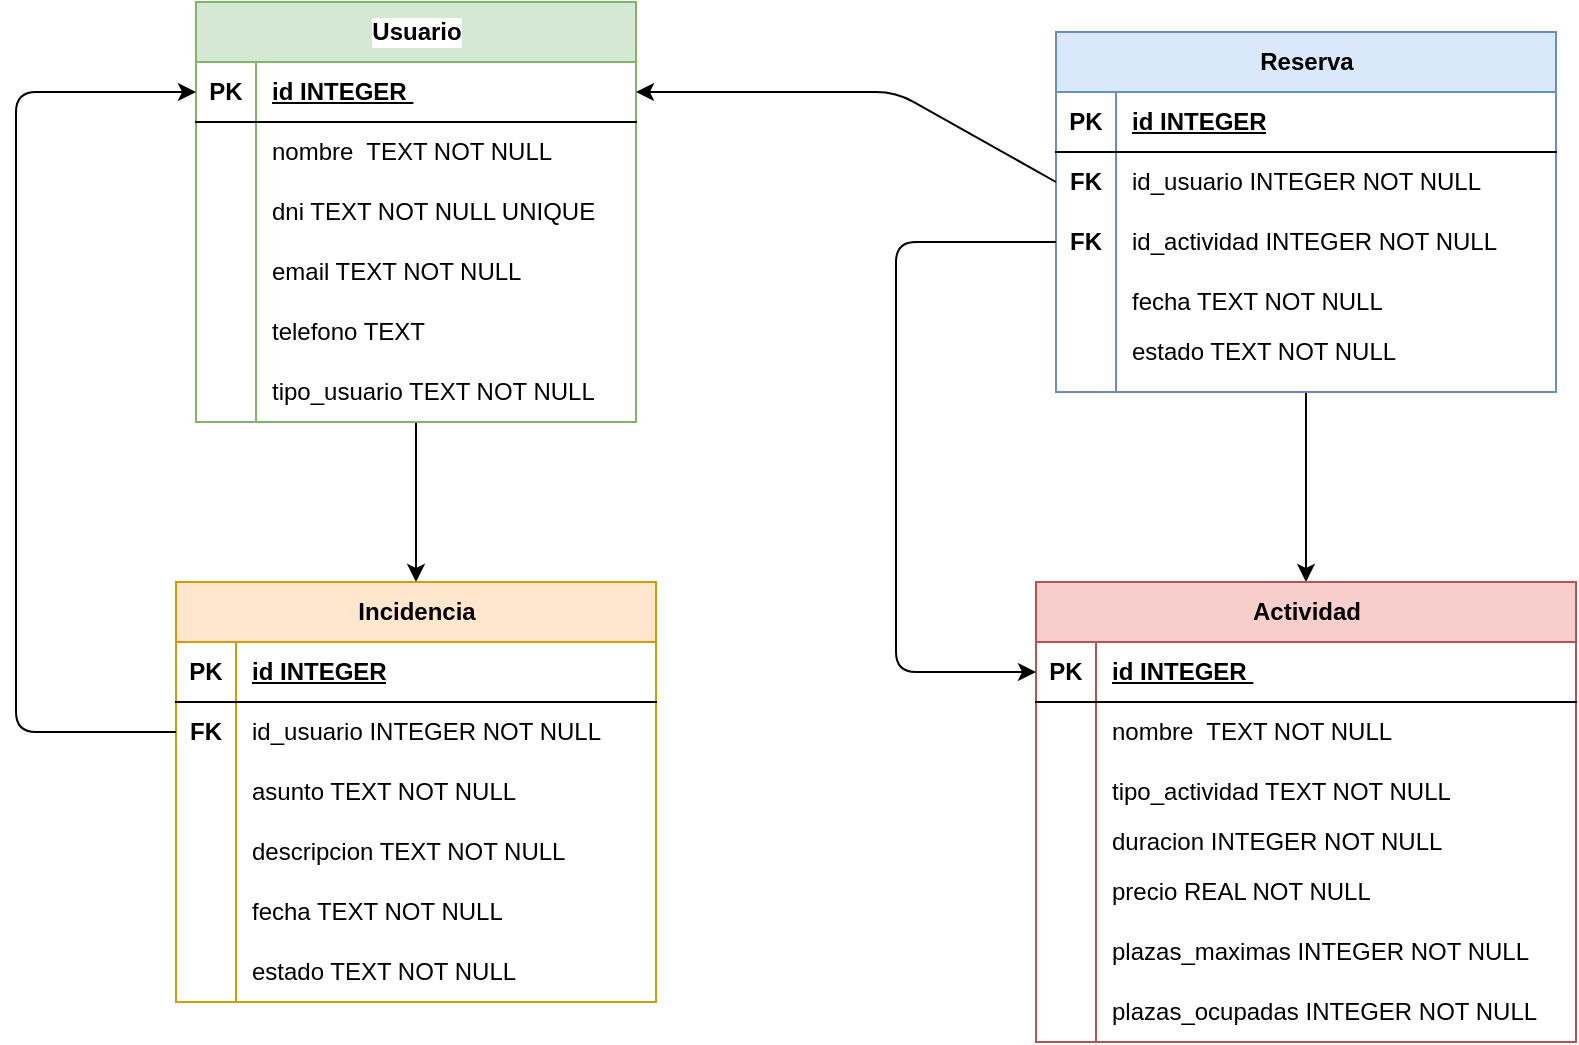
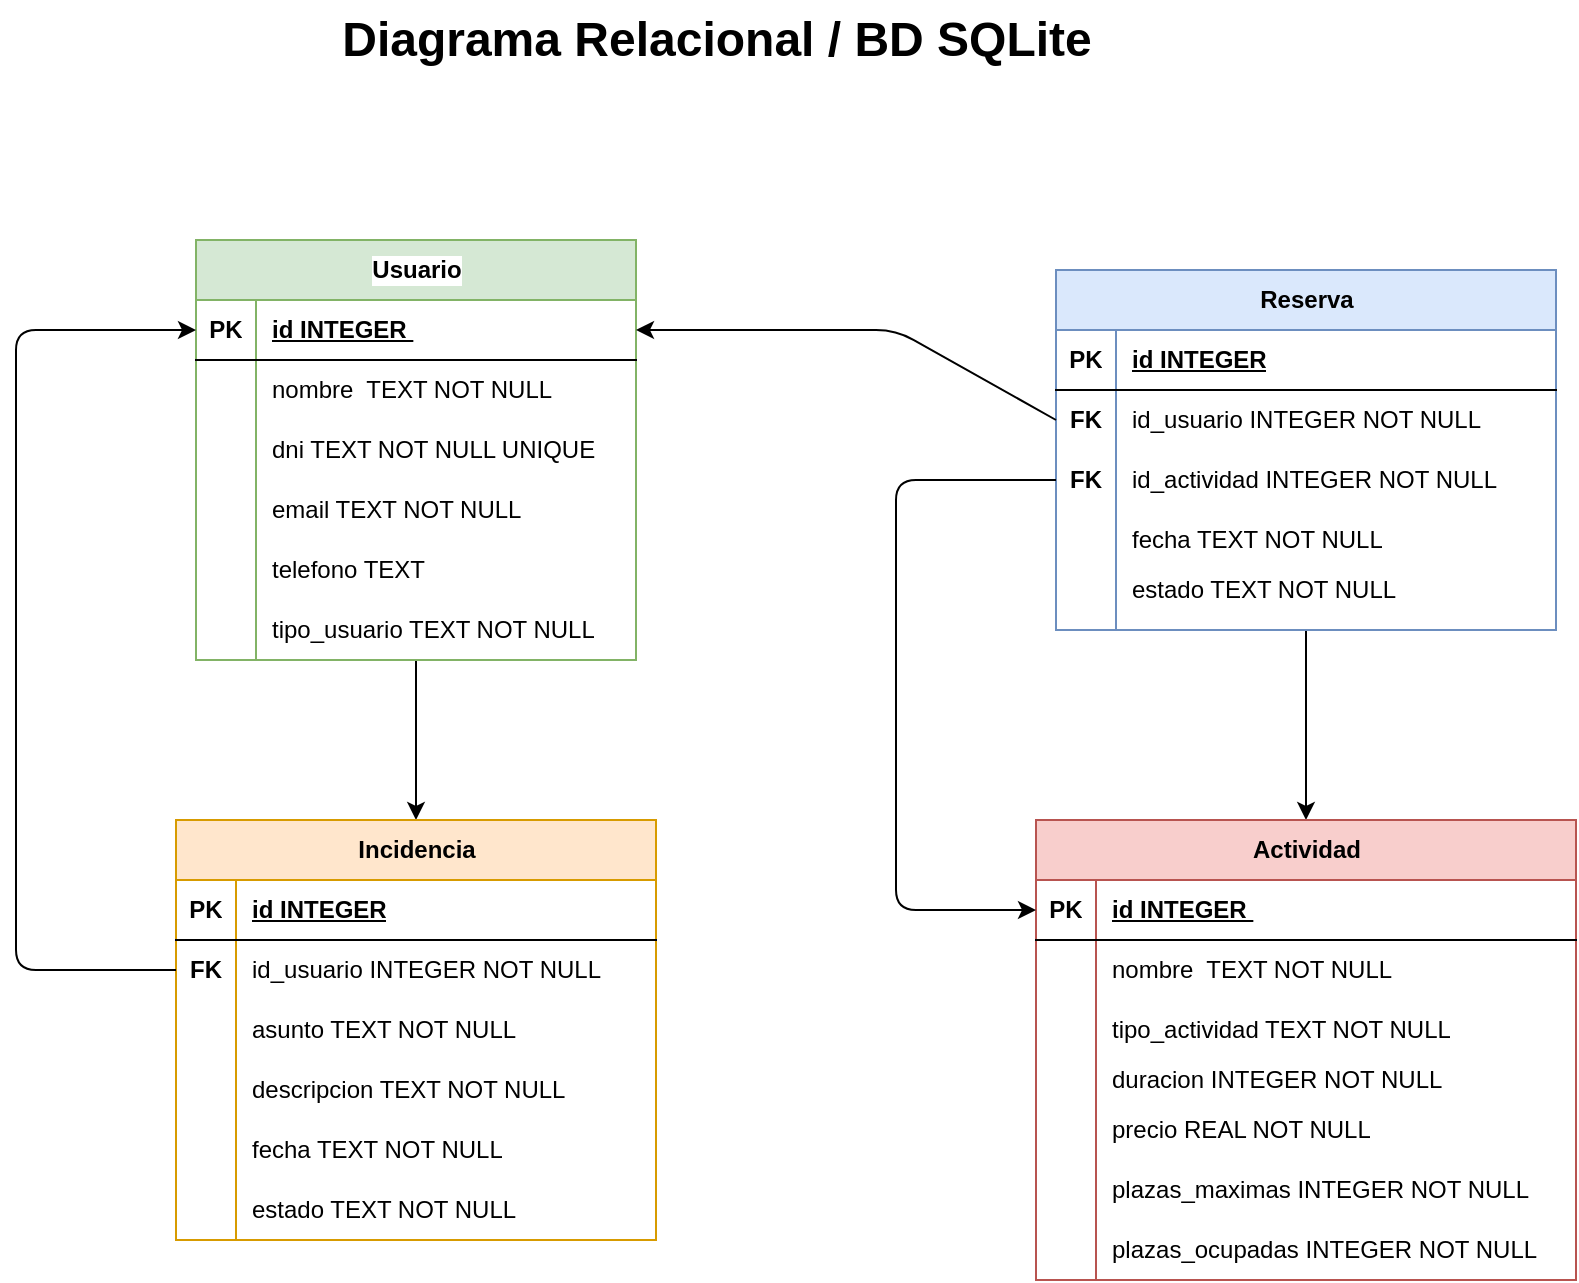
<mxfile host="65bd71144e">
    <diagram id="C6VV_mCRpUMH7UM2XVRR" name="Page-1">
-         <mxGraphModel dx="2281" dy="487" grid="1" gridSize="10" guides="1" tooltips="1" connect="1" arrows="1" fold="1" page="1" pageScale="1" pageWidth="850" pageHeight="1100" math="0" shadow="0">
+         <mxGraphModel dx="1884" dy="1587" grid="1" gridSize="10" guides="1" tooltips="1" connect="1" arrows="1" fold="1" page="1" pageScale="1" pageWidth="850" pageHeight="1100" math="0" shadow="0">
            <root>
                <mxCell id="0"/>
                <mxCell id="1" parent="0"/>
                <mxCell id="100" value="" style="edgeStyle=none;html=1;" edge="1" parent="1" source="6" target="81">
                    <mxGeometry relative="1" as="geometry"/>
                </mxCell>
                <mxCell id="6" value="&lt;span&gt;Usuario&lt;/span&gt;" style="shape=table;startSize=30;container=1;collapsible=1;childLayout=tableLayout;fixedRows=1;rowLines=0;fontStyle=1;align=center;resizeLast=1;html=1;labelBorderColor=none;labelBackgroundColor=default;textShadow=0;fillStyle=auto;fillColor=#d5e8d4;strokeColor=#82b366;" vertex="1" parent="1">
                    <mxGeometry x="10" y="80" width="220" height="210" as="geometry">
                        <mxRectangle x="270" y="55" width="80" height="30" as="alternateBounds"/>
                    </mxGeometry>
                </mxCell>
                <mxCell id="7" value="" style="shape=tableRow;horizontal=0;startSize=0;swimlaneHead=0;swimlaneBody=0;fillColor=none;collapsible=0;dropTarget=0;points=[[0,0.5],[1,0.5]];portConstraint=eastwest;top=0;left=0;right=0;bottom=1;" vertex="1" parent="6">
                    <mxGeometry y="30" width="220" height="30" as="geometry"/>
                </mxCell>
                <mxCell id="8" value="PK" style="shape=partialRectangle;connectable=0;fillColor=none;top=0;left=0;bottom=0;right=0;fontStyle=1;overflow=hidden;whiteSpace=wrap;html=1;" vertex="1" parent="7">
                    <mxGeometry width="30" height="30" as="geometry">
                        <mxRectangle width="30" height="30" as="alternateBounds"/>
                    </mxGeometry>
                </mxCell>
                <mxCell id="9" value="id INTEGER&amp;nbsp;" style="shape=partialRectangle;connectable=0;fillColor=none;top=0;left=0;bottom=0;right=0;align=left;spacingLeft=6;fontStyle=5;overflow=hidden;whiteSpace=wrap;html=1;" vertex="1" parent="7">
                    <mxGeometry x="30" width="190" height="30" as="geometry">
                        <mxRectangle width="190" height="30" as="alternateBounds"/>
                    </mxGeometry>
                </mxCell>
                <mxCell id="10" value="" style="shape=tableRow;horizontal=0;startSize=0;swimlaneHead=0;swimlaneBody=0;fillColor=none;collapsible=0;dropTarget=0;points=[[0,0.5],[1,0.5]];portConstraint=eastwest;top=0;left=0;right=0;bottom=0;" vertex="1" parent="6">
                    <mxGeometry y="60" width="220" height="30" as="geometry"/>
                </mxCell>
                <mxCell id="11" value="" style="shape=partialRectangle;connectable=0;fillColor=none;top=0;left=0;bottom=0;right=0;editable=1;overflow=hidden;whiteSpace=wrap;html=1;" vertex="1" parent="10">
                    <mxGeometry width="30" height="30" as="geometry">
                        <mxRectangle width="30" height="30" as="alternateBounds"/>
                    </mxGeometry>
                </mxCell>
                <mxCell id="12" value="nombre&amp;nbsp; TEXT NOT NULL" style="shape=partialRectangle;connectable=0;fillColor=none;top=0;left=0;bottom=0;right=0;align=left;spacingLeft=6;overflow=hidden;whiteSpace=wrap;html=1;" vertex="1" parent="10">
                    <mxGeometry x="30" width="190" height="30" as="geometry">
                        <mxRectangle width="190" height="30" as="alternateBounds"/>
                    </mxGeometry>
                </mxCell>
                <mxCell id="13" value="" style="shape=tableRow;horizontal=0;startSize=0;swimlaneHead=0;swimlaneBody=0;fillColor=none;collapsible=0;dropTarget=0;points=[[0,0.5],[1,0.5]];portConstraint=eastwest;top=0;left=0;right=0;bottom=0;" vertex="1" parent="6">
                    <mxGeometry y="90" width="220" height="30" as="geometry"/>
                </mxCell>
                <mxCell id="14" value="" style="shape=partialRectangle;connectable=0;fillColor=none;top=0;left=0;bottom=0;right=0;editable=1;overflow=hidden;whiteSpace=wrap;html=1;" vertex="1" parent="13">
                    <mxGeometry width="30" height="30" as="geometry">
                        <mxRectangle width="30" height="30" as="alternateBounds"/>
                    </mxGeometry>
                </mxCell>
                <mxCell id="15" value="dni TEXT NOT NULL UNIQUE" style="shape=partialRectangle;connectable=0;fillColor=none;top=0;left=0;bottom=0;right=0;align=left;spacingLeft=6;overflow=hidden;whiteSpace=wrap;html=1;" vertex="1" parent="13">
                    <mxGeometry x="30" width="190" height="30" as="geometry">
                        <mxRectangle width="190" height="30" as="alternateBounds"/>
                    </mxGeometry>
                </mxCell>
                <mxCell id="16" value="" style="shape=tableRow;horizontal=0;startSize=0;swimlaneHead=0;swimlaneBody=0;fillColor=none;collapsible=0;dropTarget=0;points=[[0,0.5],[1,0.5]];portConstraint=eastwest;top=0;left=0;right=0;bottom=0;" vertex="1" parent="6">
                    <mxGeometry y="120" width="220" height="30" as="geometry"/>
                </mxCell>
                <mxCell id="17" value="" style="shape=partialRectangle;connectable=0;fillColor=none;top=0;left=0;bottom=0;right=0;editable=1;overflow=hidden;whiteSpace=wrap;html=1;" vertex="1" parent="16">
                    <mxGeometry width="30" height="30" as="geometry">
                        <mxRectangle width="30" height="30" as="alternateBounds"/>
                    </mxGeometry>
                </mxCell>
                <mxCell id="18" value="email TEXT NOT NULL" style="shape=partialRectangle;connectable=0;fillColor=none;top=0;left=0;bottom=0;right=0;align=left;spacingLeft=6;overflow=hidden;whiteSpace=wrap;html=1;" vertex="1" parent="16">
                    <mxGeometry x="30" width="190" height="30" as="geometry">
                        <mxRectangle width="190" height="30" as="alternateBounds"/>
                    </mxGeometry>
                </mxCell>
                <mxCell id="32" value="" style="shape=tableRow;horizontal=0;startSize=0;swimlaneHead=0;swimlaneBody=0;fillColor=none;collapsible=0;dropTarget=0;points=[[0,0.5],[1,0.5]];portConstraint=eastwest;top=0;left=0;right=0;bottom=0;" vertex="1" parent="6">
                    <mxGeometry y="150" width="220" height="30" as="geometry"/>
                </mxCell>
                <mxCell id="33" value="" style="shape=partialRectangle;connectable=0;fillColor=none;top=0;left=0;bottom=0;right=0;editable=1;overflow=hidden;whiteSpace=wrap;html=1;" vertex="1" parent="32">
                    <mxGeometry width="30" height="30" as="geometry">
                        <mxRectangle width="30" height="30" as="alternateBounds"/>
                    </mxGeometry>
                </mxCell>
                <mxCell id="34" value="telefono TEXT" style="shape=partialRectangle;connectable=0;fillColor=none;top=0;left=0;bottom=0;right=0;align=left;spacingLeft=6;overflow=hidden;whiteSpace=wrap;html=1;" vertex="1" parent="32">
                    <mxGeometry x="30" width="190" height="30" as="geometry">
                        <mxRectangle width="190" height="30" as="alternateBounds"/>
                    </mxGeometry>
                </mxCell>
                <mxCell id="35" value="" style="shape=tableRow;horizontal=0;startSize=0;swimlaneHead=0;swimlaneBody=0;fillColor=none;collapsible=0;dropTarget=0;points=[[0,0.5],[1,0.5]];portConstraint=eastwest;top=0;left=0;right=0;bottom=0;" vertex="1" parent="6">
                    <mxGeometry y="180" width="220" height="30" as="geometry"/>
                </mxCell>
                <mxCell id="36" value="" style="shape=partialRectangle;connectable=0;fillColor=none;top=0;left=0;bottom=0;right=0;editable=1;overflow=hidden;whiteSpace=wrap;html=1;" vertex="1" parent="35">
                    <mxGeometry width="30" height="30" as="geometry">
                        <mxRectangle width="30" height="30" as="alternateBounds"/>
                    </mxGeometry>
                </mxCell>
                <mxCell id="37" value="tipo_usuario TEXT NOT NULL" style="shape=partialRectangle;connectable=0;fillColor=none;top=0;left=0;bottom=0;right=0;align=left;spacingLeft=6;overflow=hidden;whiteSpace=wrap;html=1;" vertex="1" parent="35">
                    <mxGeometry x="30" width="190" height="30" as="geometry">
                        <mxRectangle width="190" height="30" as="alternateBounds"/>
                    </mxGeometry>
                </mxCell>
                <mxCell id="77" value="" style="edgeStyle=none;html=1;" edge="1" parent="1" source="38" target="58">
                    <mxGeometry relative="1" as="geometry"/>
                </mxCell>
                <mxCell id="38" value="Reserva" style="shape=table;startSize=30;container=1;collapsible=1;childLayout=tableLayout;fixedRows=1;rowLines=0;fontStyle=1;align=center;resizeLast=1;html=1;fillColor=#dae8fc;strokeColor=#6c8ebf;" vertex="1" parent="1">
                    <mxGeometry x="440" y="95" width="250" height="180" as="geometry">
                        <mxRectangle x="270" y="55" width="80" height="30" as="alternateBounds"/>
                    </mxGeometry>
                </mxCell>
                <mxCell id="39" value="" style="shape=tableRow;horizontal=0;startSize=0;swimlaneHead=0;swimlaneBody=0;fillColor=none;collapsible=0;dropTarget=0;points=[[0,0.5],[1,0.5]];portConstraint=eastwest;top=0;left=0;right=0;bottom=1;" vertex="1" parent="38">
                    <mxGeometry y="30" width="250" height="30" as="geometry"/>
                </mxCell>
                <mxCell id="40" value="PK" style="shape=partialRectangle;connectable=0;fillColor=none;top=0;left=0;bottom=0;right=0;fontStyle=1;overflow=hidden;whiteSpace=wrap;html=1;" vertex="1" parent="39">
                    <mxGeometry width="30" height="30" as="geometry">
                        <mxRectangle width="30" height="30" as="alternateBounds"/>
                    </mxGeometry>
                </mxCell>
                <mxCell id="41" value="id INTEGER" style="shape=partialRectangle;connectable=0;fillColor=none;top=0;left=0;bottom=0;right=0;align=left;spacingLeft=6;fontStyle=5;overflow=hidden;whiteSpace=wrap;html=1;" vertex="1" parent="39">
                    <mxGeometry x="30" width="220" height="30" as="geometry">
                        <mxRectangle width="220" height="30" as="alternateBounds"/>
                    </mxGeometry>
                </mxCell>
                <mxCell id="42" value="" style="shape=tableRow;horizontal=0;startSize=0;swimlaneHead=0;swimlaneBody=0;fillColor=none;collapsible=0;dropTarget=0;points=[[0,0.5],[1,0.5]];portConstraint=eastwest;top=0;left=0;right=0;bottom=0;" vertex="1" parent="38">
                    <mxGeometry y="60" width="250" height="30" as="geometry"/>
                </mxCell>
                <mxCell id="43" value="FK" style="shape=partialRectangle;connectable=0;fillColor=none;top=0;left=0;bottom=0;right=0;editable=1;overflow=hidden;whiteSpace=wrap;html=1;fontStyle=1" vertex="1" parent="42">
                    <mxGeometry width="30" height="30" as="geometry">
                        <mxRectangle width="30" height="30" as="alternateBounds"/>
                    </mxGeometry>
                </mxCell>
                <mxCell id="44" value="id_usuario INTEGER NOT NULL" style="shape=partialRectangle;connectable=0;fillColor=none;top=0;left=0;bottom=0;right=0;align=left;spacingLeft=6;overflow=hidden;whiteSpace=wrap;html=1;" vertex="1" parent="42">
                    <mxGeometry x="30" width="220" height="30" as="geometry">
                        <mxRectangle width="220" height="30" as="alternateBounds"/>
                    </mxGeometry>
                </mxCell>
                <mxCell id="45" value="" style="shape=tableRow;horizontal=0;startSize=0;swimlaneHead=0;swimlaneBody=0;fillColor=none;collapsible=0;dropTarget=0;points=[[0,0.5],[1,0.5]];portConstraint=eastwest;top=0;left=0;right=0;bottom=0;" vertex="1" parent="38">
                    <mxGeometry y="90" width="250" height="30" as="geometry"/>
                </mxCell>
                <mxCell id="46" value="FK" style="shape=partialRectangle;connectable=0;fillColor=none;top=0;left=0;bottom=0;right=0;editable=1;overflow=hidden;whiteSpace=wrap;html=1;fontStyle=1" vertex="1" parent="45">
                    <mxGeometry width="30" height="30" as="geometry">
                        <mxRectangle width="30" height="30" as="alternateBounds"/>
                    </mxGeometry>
                </mxCell>
                <mxCell id="47" value="id_actividad INTEGER NOT NULL" style="shape=partialRectangle;connectable=0;fillColor=none;top=0;left=0;bottom=0;right=0;align=left;spacingLeft=6;overflow=hidden;whiteSpace=wrap;html=1;" vertex="1" parent="45">
                    <mxGeometry x="30" width="220" height="30" as="geometry">
                        <mxRectangle width="220" height="30" as="alternateBounds"/>
                    </mxGeometry>
                </mxCell>
                <mxCell id="48" value="" style="shape=tableRow;horizontal=0;startSize=0;swimlaneHead=0;swimlaneBody=0;fillColor=none;collapsible=0;dropTarget=0;points=[[0,0.5],[1,0.5]];portConstraint=eastwest;top=0;left=0;right=0;bottom=0;" vertex="1" parent="38">
                    <mxGeometry y="120" width="250" height="30" as="geometry"/>
                </mxCell>
                <mxCell id="49" value="" style="shape=partialRectangle;connectable=0;fillColor=none;top=0;left=0;bottom=0;right=0;editable=1;overflow=hidden;whiteSpace=wrap;html=1;" vertex="1" parent="48">
                    <mxGeometry width="30" height="30" as="geometry">
                        <mxRectangle width="30" height="30" as="alternateBounds"/>
                    </mxGeometry>
                </mxCell>
                <mxCell id="50" value="fecha TEXT NOT NULL" style="shape=partialRectangle;connectable=0;fillColor=none;top=0;left=0;bottom=0;right=0;align=left;spacingLeft=6;overflow=hidden;whiteSpace=wrap;html=1;" vertex="1" parent="48">
                    <mxGeometry x="30" width="220" height="30" as="geometry">
                        <mxRectangle width="220" height="30" as="alternateBounds"/>
                    </mxGeometry>
                </mxCell>
                <mxCell id="54" value="" style="shape=tableRow;horizontal=0;startSize=0;swimlaneHead=0;swimlaneBody=0;fillColor=none;collapsible=0;dropTarget=0;points=[[0,0.5],[1,0.5]];portConstraint=eastwest;top=0;left=0;right=0;bottom=0;" vertex="1" parent="38">
                    <mxGeometry y="150" width="250" height="30" as="geometry"/>
                </mxCell>
                <mxCell id="55" value="" style="shape=partialRectangle;connectable=0;fillColor=none;top=0;left=0;bottom=0;right=0;editable=1;overflow=hidden;whiteSpace=wrap;html=1;" vertex="1" parent="54">
                    <mxGeometry width="30" height="30" as="geometry">
                        <mxRectangle width="30" height="30" as="alternateBounds"/>
                    </mxGeometry>
                </mxCell>
                <mxCell id="56" value="" style="shape=partialRectangle;connectable=0;fillColor=none;top=0;left=0;bottom=0;right=0;align=left;spacingLeft=6;overflow=hidden;whiteSpace=wrap;html=1;" vertex="1" parent="54">
                    <mxGeometry x="30" width="220" height="30" as="geometry">
                        <mxRectangle width="220" height="30" as="alternateBounds"/>
                    </mxGeometry>
                </mxCell>
                <mxCell id="58" value="Actividad" style="shape=table;startSize=30;container=1;collapsible=1;childLayout=tableLayout;fixedRows=1;rowLines=0;fontStyle=1;align=center;resizeLast=1;html=1;fillColor=#f8cecc;strokeColor=#b85450;" vertex="1" parent="1">
                    <mxGeometry x="430" y="370" width="270" height="230" as="geometry">
                        <mxRectangle x="270" y="55" width="80" height="30" as="alternateBounds"/>
                    </mxGeometry>
                </mxCell>
                <mxCell id="59" value="" style="shape=tableRow;horizontal=0;startSize=0;swimlaneHead=0;swimlaneBody=0;fillColor=none;collapsible=0;dropTarget=0;points=[[0,0.5],[1,0.5]];portConstraint=eastwest;top=0;left=0;right=0;bottom=1;" vertex="1" parent="58">
                    <mxGeometry y="30" width="270" height="30" as="geometry"/>
                </mxCell>
                <mxCell id="60" value="PK" style="shape=partialRectangle;connectable=0;fillColor=none;top=0;left=0;bottom=0;right=0;fontStyle=1;overflow=hidden;whiteSpace=wrap;html=1;" vertex="1" parent="59">
                    <mxGeometry width="30" height="30" as="geometry">
                        <mxRectangle width="30" height="30" as="alternateBounds"/>
                    </mxGeometry>
                </mxCell>
                <mxCell id="61" value="id INTEGER&amp;nbsp;" style="shape=partialRectangle;connectable=0;fillColor=none;top=0;left=0;bottom=0;right=0;align=left;spacingLeft=6;fontStyle=5;overflow=hidden;whiteSpace=wrap;html=1;" vertex="1" parent="59">
                    <mxGeometry x="30" width="240" height="30" as="geometry">
                        <mxRectangle width="240" height="30" as="alternateBounds"/>
                    </mxGeometry>
                </mxCell>
                <mxCell id="62" value="" style="shape=tableRow;horizontal=0;startSize=0;swimlaneHead=0;swimlaneBody=0;fillColor=none;collapsible=0;dropTarget=0;points=[[0,0.5],[1,0.5]];portConstraint=eastwest;top=0;left=0;right=0;bottom=0;" vertex="1" parent="58">
                    <mxGeometry y="60" width="270" height="30" as="geometry"/>
                </mxCell>
                <mxCell id="63" value="" style="shape=partialRectangle;connectable=0;fillColor=none;top=0;left=0;bottom=0;right=0;editable=1;overflow=hidden;whiteSpace=wrap;html=1;" vertex="1" parent="62">
                    <mxGeometry width="30" height="30" as="geometry">
                        <mxRectangle width="30" height="30" as="alternateBounds"/>
                    </mxGeometry>
                </mxCell>
                <mxCell id="64" value="&lt;span style=&quot;color: rgb(0, 0, 0);&quot;&gt;nombre&amp;nbsp; TEXT NOT NULL&lt;/span&gt;" style="shape=partialRectangle;connectable=0;fillColor=none;top=0;left=0;bottom=0;right=0;align=left;spacingLeft=6;overflow=hidden;whiteSpace=wrap;html=1;" vertex="1" parent="62">
                    <mxGeometry x="30" width="240" height="30" as="geometry">
                        <mxRectangle width="240" height="30" as="alternateBounds"/>
                    </mxGeometry>
                </mxCell>
                <mxCell id="65" value="" style="shape=tableRow;horizontal=0;startSize=0;swimlaneHead=0;swimlaneBody=0;fillColor=none;collapsible=0;dropTarget=0;points=[[0,0.5],[1,0.5]];portConstraint=eastwest;top=0;left=0;right=0;bottom=0;" vertex="1" parent="58">
                    <mxGeometry y="90" width="270" height="30" as="geometry"/>
                </mxCell>
                <mxCell id="66" value="" style="shape=partialRectangle;connectable=0;fillColor=none;top=0;left=0;bottom=0;right=0;editable=1;overflow=hidden;whiteSpace=wrap;html=1;" vertex="1" parent="65">
                    <mxGeometry width="30" height="30" as="geometry">
                        <mxRectangle width="30" height="30" as="alternateBounds"/>
                    </mxGeometry>
                </mxCell>
                <mxCell id="67" value="tipo_actividad TEXT NOT NULL" style="shape=partialRectangle;connectable=0;fillColor=none;top=0;left=0;bottom=0;right=0;align=left;spacingLeft=6;overflow=hidden;whiteSpace=wrap;html=1;" vertex="1" parent="65">
                    <mxGeometry x="30" width="240" height="30" as="geometry">
                        <mxRectangle width="240" height="30" as="alternateBounds"/>
                    </mxGeometry>
                </mxCell>
                <mxCell id="68" value="" style="shape=tableRow;horizontal=0;startSize=0;swimlaneHead=0;swimlaneBody=0;fillColor=none;collapsible=0;dropTarget=0;points=[[0,0.5],[1,0.5]];portConstraint=eastwest;top=0;left=0;right=0;bottom=0;" vertex="1" parent="58">
                    <mxGeometry y="120" width="270" height="20" as="geometry"/>
                </mxCell>
                <mxCell id="69" value="" style="shape=partialRectangle;connectable=0;fillColor=none;top=0;left=0;bottom=0;right=0;editable=1;overflow=hidden;whiteSpace=wrap;html=1;" vertex="1" parent="68">
                    <mxGeometry width="30" height="20" as="geometry">
                        <mxRectangle width="30" height="20" as="alternateBounds"/>
                    </mxGeometry>
                </mxCell>
                <mxCell id="70" value="duracion INTEGER NOT NULL" style="shape=partialRectangle;connectable=0;fillColor=none;top=0;left=0;bottom=0;right=0;align=left;spacingLeft=6;overflow=hidden;whiteSpace=wrap;html=1;" vertex="1" parent="68">
                    <mxGeometry x="30" width="240" height="20" as="geometry">
                        <mxRectangle width="240" height="20" as="alternateBounds"/>
                    </mxGeometry>
                </mxCell>
                <mxCell id="71" value="" style="shape=tableRow;horizontal=0;startSize=0;swimlaneHead=0;swimlaneBody=0;fillColor=none;collapsible=0;dropTarget=0;points=[[0,0.5],[1,0.5]];portConstraint=eastwest;top=0;left=0;right=0;bottom=0;" vertex="1" parent="58">
                    <mxGeometry y="140" width="270" height="30" as="geometry"/>
                </mxCell>
                <mxCell id="72" value="" style="shape=partialRectangle;connectable=0;fillColor=none;top=0;left=0;bottom=0;right=0;editable=1;overflow=hidden;whiteSpace=wrap;html=1;" vertex="1" parent="71">
                    <mxGeometry width="30" height="30" as="geometry">
                        <mxRectangle width="30" height="30" as="alternateBounds"/>
                    </mxGeometry>
                </mxCell>
                <mxCell id="73" value="precio REAL NOT NULL" style="shape=partialRectangle;connectable=0;fillColor=none;top=0;left=0;bottom=0;right=0;align=left;spacingLeft=6;overflow=hidden;whiteSpace=wrap;html=1;" vertex="1" parent="71">
                    <mxGeometry x="30" width="240" height="30" as="geometry">
                        <mxRectangle width="240" height="30" as="alternateBounds"/>
                    </mxGeometry>
                </mxCell>
                <mxCell id="74" value="" style="shape=tableRow;horizontal=0;startSize=0;swimlaneHead=0;swimlaneBody=0;fillColor=none;collapsible=0;dropTarget=0;points=[[0,0.5],[1,0.5]];portConstraint=eastwest;top=0;left=0;right=0;bottom=0;" vertex="1" parent="58">
                    <mxGeometry y="170" width="270" height="30" as="geometry"/>
                </mxCell>
                <mxCell id="75" value="" style="shape=partialRectangle;connectable=0;fillColor=none;top=0;left=0;bottom=0;right=0;editable=1;overflow=hidden;whiteSpace=wrap;html=1;" vertex="1" parent="74">
                    <mxGeometry width="30" height="30" as="geometry">
                        <mxRectangle width="30" height="30" as="alternateBounds"/>
                    </mxGeometry>
                </mxCell>
                <mxCell id="76" value="plazas_maximas INTEGER NOT NULL" style="shape=partialRectangle;connectable=0;fillColor=none;top=0;left=0;bottom=0;right=0;align=left;spacingLeft=6;overflow=hidden;whiteSpace=wrap;html=1;" vertex="1" parent="74">
                    <mxGeometry x="30" width="240" height="30" as="geometry">
                        <mxRectangle width="240" height="30" as="alternateBounds"/>
                    </mxGeometry>
                </mxCell>
                <mxCell id="78" value="" style="shape=tableRow;horizontal=0;startSize=0;swimlaneHead=0;swimlaneBody=0;fillColor=none;collapsible=0;dropTarget=0;points=[[0,0.5],[1,0.5]];portConstraint=eastwest;top=0;left=0;right=0;bottom=0;" vertex="1" parent="58">
                    <mxGeometry y="200" width="270" height="30" as="geometry"/>
                </mxCell>
                <mxCell id="79" value="" style="shape=partialRectangle;connectable=0;fillColor=none;top=0;left=0;bottom=0;right=0;editable=1;overflow=hidden;whiteSpace=wrap;html=1;" vertex="1" parent="78">
                    <mxGeometry width="30" height="30" as="geometry">
                        <mxRectangle width="30" height="30" as="alternateBounds"/>
                    </mxGeometry>
                </mxCell>
                <mxCell id="80" value="plazas_ocupadas INTEGER NOT NULL" style="shape=partialRectangle;connectable=0;fillColor=none;top=0;left=0;bottom=0;right=0;align=left;spacingLeft=6;overflow=hidden;whiteSpace=wrap;html=1;" vertex="1" parent="78">
                    <mxGeometry x="30" width="240" height="30" as="geometry">
                        <mxRectangle width="240" height="30" as="alternateBounds"/>
                    </mxGeometry>
                </mxCell>
                <mxCell id="81" value="Incidencia" style="shape=table;startSize=30;container=1;collapsible=1;childLayout=tableLayout;fixedRows=1;rowLines=0;fontStyle=1;align=center;resizeLast=1;html=1;fillColor=#ffe6cc;strokeColor=#d79b00;" vertex="1" parent="1">
                    <mxGeometry y="370" width="240" height="210" as="geometry">
                        <mxRectangle x="270" y="55" width="80" height="30" as="alternateBounds"/>
                    </mxGeometry>
                </mxCell>
                <mxCell id="82" value="" style="shape=tableRow;horizontal=0;startSize=0;swimlaneHead=0;swimlaneBody=0;fillColor=none;collapsible=0;dropTarget=0;points=[[0,0.5],[1,0.5]];portConstraint=eastwest;top=0;left=0;right=0;bottom=1;" vertex="1" parent="81">
                    <mxGeometry y="30" width="240" height="30" as="geometry"/>
                </mxCell>
                <mxCell id="83" value="PK" style="shape=partialRectangle;connectable=0;fillColor=none;top=0;left=0;bottom=0;right=0;fontStyle=1;overflow=hidden;whiteSpace=wrap;html=1;" vertex="1" parent="82">
                    <mxGeometry width="30" height="30" as="geometry">
                        <mxRectangle width="30" height="30" as="alternateBounds"/>
                    </mxGeometry>
                </mxCell>
                <mxCell id="84" value="id INTEGER" style="shape=partialRectangle;connectable=0;fillColor=none;top=0;left=0;bottom=0;right=0;align=left;spacingLeft=6;fontStyle=5;overflow=hidden;whiteSpace=wrap;html=1;" vertex="1" parent="82">
                    <mxGeometry x="30" width="210" height="30" as="geometry">
                        <mxRectangle width="210" height="30" as="alternateBounds"/>
                    </mxGeometry>
                </mxCell>
                <mxCell id="85" value="" style="shape=tableRow;horizontal=0;startSize=0;swimlaneHead=0;swimlaneBody=0;fillColor=none;collapsible=0;dropTarget=0;points=[[0,0.5],[1,0.5]];portConstraint=eastwest;top=0;left=0;right=0;bottom=0;" vertex="1" parent="81">
                    <mxGeometry y="60" width="240" height="30" as="geometry"/>
                </mxCell>
                <mxCell id="86" value="FK" style="shape=partialRectangle;connectable=0;fillColor=none;top=0;left=0;bottom=0;right=0;editable=1;overflow=hidden;whiteSpace=wrap;html=1;fontStyle=1" vertex="1" parent="85">
                    <mxGeometry width="30" height="30" as="geometry">
                        <mxRectangle width="30" height="30" as="alternateBounds"/>
                    </mxGeometry>
                </mxCell>
                <mxCell id="87" value="&lt;span style=&quot;color: rgb(0, 0, 0);&quot;&gt;id_usuario INTEGER NOT NULL&lt;/span&gt;" style="shape=partialRectangle;connectable=0;fillColor=none;top=0;left=0;bottom=0;right=0;align=left;spacingLeft=6;overflow=hidden;whiteSpace=wrap;html=1;" vertex="1" parent="85">
                    <mxGeometry x="30" width="210" height="30" as="geometry">
                        <mxRectangle width="210" height="30" as="alternateBounds"/>
                    </mxGeometry>
                </mxCell>
                <mxCell id="88" value="" style="shape=tableRow;horizontal=0;startSize=0;swimlaneHead=0;swimlaneBody=0;fillColor=none;collapsible=0;dropTarget=0;points=[[0,0.5],[1,0.5]];portConstraint=eastwest;top=0;left=0;right=0;bottom=0;" vertex="1" parent="81">
                    <mxGeometry y="90" width="240" height="30" as="geometry"/>
                </mxCell>
                <mxCell id="89" value="" style="shape=partialRectangle;connectable=0;fillColor=none;top=0;left=0;bottom=0;right=0;editable=1;overflow=hidden;whiteSpace=wrap;html=1;" vertex="1" parent="88">
                    <mxGeometry width="30" height="30" as="geometry">
                        <mxRectangle width="30" height="30" as="alternateBounds"/>
                    </mxGeometry>
                </mxCell>
                <mxCell id="90" value="asunto TEXT NOT NULL&amp;nbsp;" style="shape=partialRectangle;connectable=0;fillColor=none;top=0;left=0;bottom=0;right=0;align=left;spacingLeft=6;overflow=hidden;whiteSpace=wrap;html=1;" vertex="1" parent="88">
                    <mxGeometry x="30" width="210" height="30" as="geometry">
                        <mxRectangle width="210" height="30" as="alternateBounds"/>
                    </mxGeometry>
                </mxCell>
                <mxCell id="91" value="" style="shape=tableRow;horizontal=0;startSize=0;swimlaneHead=0;swimlaneBody=0;fillColor=none;collapsible=0;dropTarget=0;points=[[0,0.5],[1,0.5]];portConstraint=eastwest;top=0;left=0;right=0;bottom=0;" vertex="1" parent="81">
                    <mxGeometry y="120" width="240" height="30" as="geometry"/>
                </mxCell>
                <mxCell id="92" value="" style="shape=partialRectangle;connectable=0;fillColor=none;top=0;left=0;bottom=0;right=0;editable=1;overflow=hidden;whiteSpace=wrap;html=1;" vertex="1" parent="91">
                    <mxGeometry width="30" height="30" as="geometry">
                        <mxRectangle width="30" height="30" as="alternateBounds"/>
                    </mxGeometry>
                </mxCell>
                <mxCell id="93" value="descripcion TEXT NOT NULL" style="shape=partialRectangle;connectable=0;fillColor=none;top=0;left=0;bottom=0;right=0;align=left;spacingLeft=6;overflow=hidden;whiteSpace=wrap;html=1;" vertex="1" parent="91">
                    <mxGeometry x="30" width="210" height="30" as="geometry">
                        <mxRectangle width="210" height="30" as="alternateBounds"/>
                    </mxGeometry>
                </mxCell>
                <mxCell id="94" value="" style="shape=tableRow;horizontal=0;startSize=0;swimlaneHead=0;swimlaneBody=0;fillColor=none;collapsible=0;dropTarget=0;points=[[0,0.5],[1,0.5]];portConstraint=eastwest;top=0;left=0;right=0;bottom=0;" vertex="1" parent="81">
                    <mxGeometry y="150" width="240" height="30" as="geometry"/>
                </mxCell>
                <mxCell id="95" value="" style="shape=partialRectangle;connectable=0;fillColor=none;top=0;left=0;bottom=0;right=0;editable=1;overflow=hidden;whiteSpace=wrap;html=1;" vertex="1" parent="94">
                    <mxGeometry width="30" height="30" as="geometry">
                        <mxRectangle width="30" height="30" as="alternateBounds"/>
                    </mxGeometry>
                </mxCell>
                <mxCell id="96" value="&lt;span style=&quot;color: rgb(0, 0, 0);&quot;&gt;fecha TEXT NOT NULL&lt;/span&gt;" style="shape=partialRectangle;connectable=0;fillColor=none;top=0;left=0;bottom=0;right=0;align=left;spacingLeft=6;overflow=hidden;whiteSpace=wrap;html=1;" vertex="1" parent="94">
                    <mxGeometry x="30" width="210" height="30" as="geometry">
                        <mxRectangle width="210" height="30" as="alternateBounds"/>
                    </mxGeometry>
                </mxCell>
                <mxCell id="97" value="" style="shape=tableRow;horizontal=0;startSize=0;swimlaneHead=0;swimlaneBody=0;fillColor=none;collapsible=0;dropTarget=0;points=[[0,0.5],[1,0.5]];portConstraint=eastwest;top=0;left=0;right=0;bottom=0;" vertex="1" parent="81">
                    <mxGeometry y="180" width="240" height="30" as="geometry"/>
                </mxCell>
                <mxCell id="98" value="" style="shape=partialRectangle;connectable=0;fillColor=none;top=0;left=0;bottom=0;right=0;editable=1;overflow=hidden;whiteSpace=wrap;html=1;" vertex="1" parent="97">
                    <mxGeometry width="30" height="30" as="geometry">
                        <mxRectangle width="30" height="30" as="alternateBounds"/>
                    </mxGeometry>
                </mxCell>
                <mxCell id="99" value="&lt;span style=&quot;color: rgb(0, 0, 0);&quot;&gt;estado TEXT NOT NULL&lt;/span&gt;" style="shape=partialRectangle;connectable=0;fillColor=none;top=0;left=0;bottom=0;right=0;align=left;spacingLeft=6;overflow=hidden;whiteSpace=wrap;html=1;" vertex="1" parent="97">
                    <mxGeometry x="30" width="210" height="30" as="geometry">
                        <mxRectangle width="210" height="30" as="alternateBounds"/>
                    </mxGeometry>
                </mxCell>
                <mxCell id="101" value="estado TEXT NOT NULL" style="shape=partialRectangle;connectable=0;fillColor=none;top=0;left=0;bottom=0;right=0;align=left;spacingLeft=6;overflow=hidden;whiteSpace=wrap;html=1;" vertex="1" parent="1">
                    <mxGeometry x="470" y="240" width="220" height="30" as="geometry">
                        <mxRectangle width="220" height="30" as="alternateBounds"/>
                    </mxGeometry>
                </mxCell>
                <mxCell id="104" style="edgeStyle=none;html=1;entryX=0;entryY=0.5;entryDx=0;entryDy=0;" edge="1" parent="1" source="45" target="59">
                    <mxGeometry relative="1" as="geometry">
                        <Array as="points">
                            <mxPoint x="360" y="200"/>
                            <mxPoint x="360" y="415"/>
                        </Array>
                    </mxGeometry>
                </mxCell>
                <mxCell id="106" style="edgeStyle=none;html=1;entryX=1;entryY=0.5;entryDx=0;entryDy=0;exitX=0;exitY=0.5;exitDx=0;exitDy=0;" edge="1" parent="1" source="42" target="7">
                    <mxGeometry relative="1" as="geometry">
                        <Array as="points">
                            <mxPoint x="360" y="125"/>
                        </Array>
                    </mxGeometry>
                </mxCell>
                <mxCell id="107" style="edgeStyle=none;html=1;exitX=0;exitY=0.5;exitDx=0;exitDy=0;entryX=0;entryY=0.5;entryDx=0;entryDy=0;" edge="1" parent="1" source="85" target="7">
                    <mxGeometry relative="1" as="geometry">
                        <Array as="points">
                            <mxPoint x="-80" y="445"/>
                            <mxPoint x="-80" y="125"/>
                        </Array>
                    </mxGeometry>
                </mxCell>
+                 <mxCell id="108" value="Diagrama Relacional / BD SQLite" style="text;strokeColor=none;fillColor=none;html=1;fontSize=24;fontStyle=1;verticalAlign=middle;align=center;" vertex="1" parent="1">
+                     <mxGeometry x="220" y="-40" width="100" height="40" as="geometry"/>
+                 </mxCell>
            </root>
        </mxGraphModel>
    </diagram>
</mxfile>